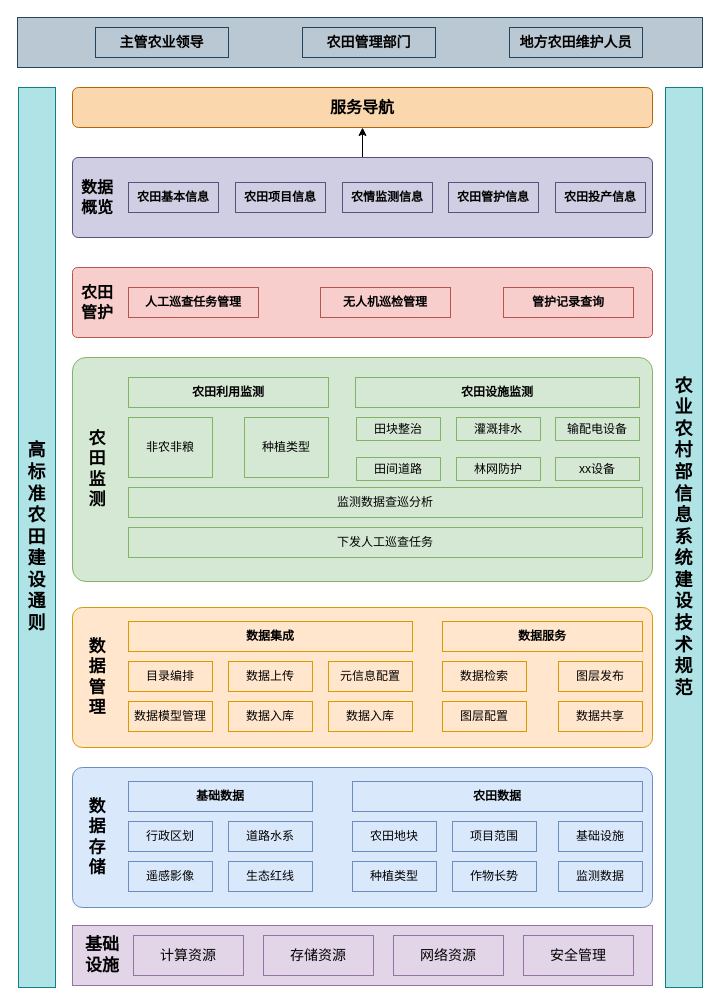
Earlier version of the draw.io diagram 陕西项目.drawio (GISering/diagram). Source tidied: cells renumbered, new cells numbered last; positions are measured from the earlier drawing's top-left corner, leaving out a move shared by most shapes. Both pictures are drawn from the tidied source at 100%, with x=0, y=0 at pixel (17, 17).
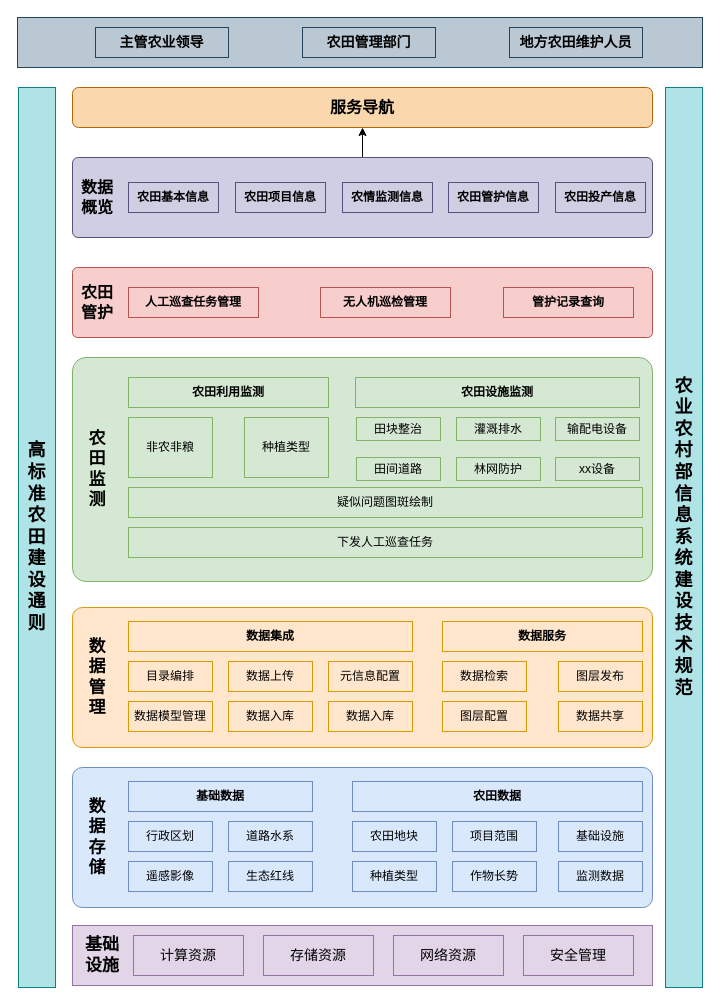
The same diagram, later.

Commit message:
更新陕西项目.drawio

Change to the diagram source:
```diff
@@
-    <mxCell id="51" value="监测数据查巡分析" style="rounded=0;whiteSpace=wrap;html=1;fillColor=#d5e8d4;strokeColor=#82b366;" parent="1" vertex="1">
+    <mxCell id="51" value="疑似问题图斑绘制" style="rounded=0;whiteSpace=wrap;html=1;fillColor=#d5e8d4;strokeColor=#82b366;" parent="1" vertex="1">
       <mxGeometry x="111" y="470" width="514" height="30" as="geometry" />
     </mxCell>
```
